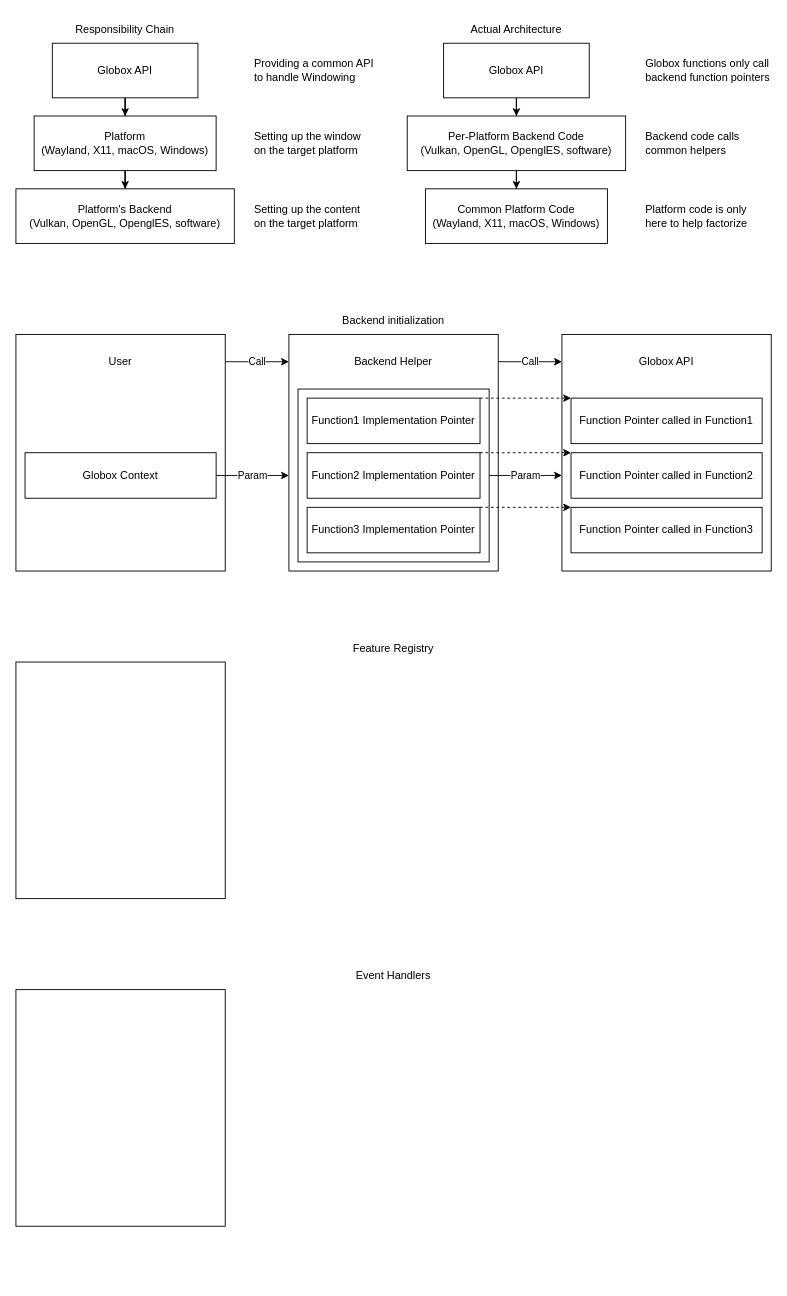
Earlier version of the draw.io diagram globox_design.drawio (nullgemm/globuf). Source tidied: cells renumbered, new cells numbered last; positions are measured from the earlier drawing's top-left corner, leaving out a move shared by most shapes. Both pictures are drawn from the tidied source at 91%, with x=0, y=0 at pixel (15, 15).
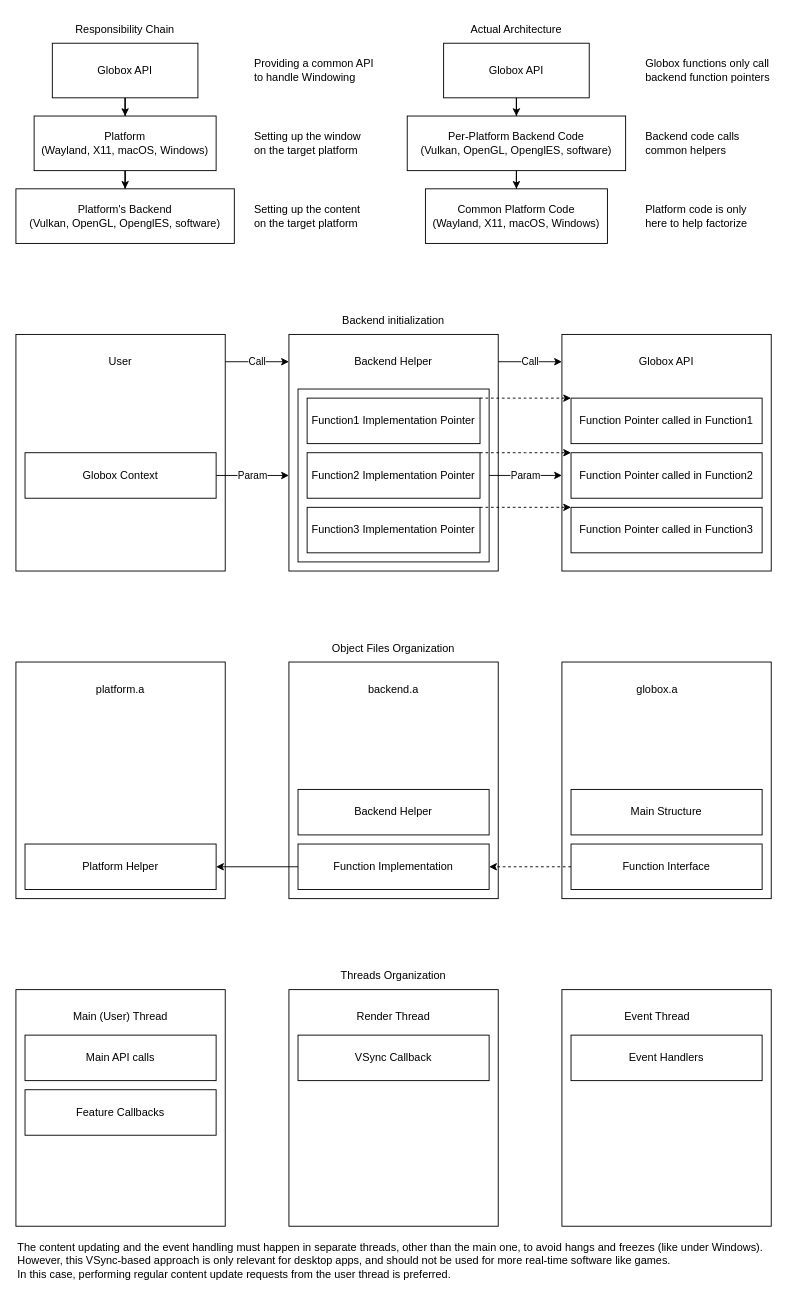
The same page after the edit.

What changed in the source:
```diff
@@
-    <mxCell id="42" value="Feature Registry" style="text;html=1;strokeColor=none;fillColor=none;align=center;verticalAlign=middle;whiteSpace=wrap;rounded=0;" parent="1" vertex="1">
+    <mxCell id="42" value="Object Files Organization" style="text;html=1;strokeColor=none;fillColor=none;align=center;verticalAlign=middle;whiteSpace=wrap;rounded=0;" parent="1" vertex="1">
       <mxGeometry y="680" width="830" height="30" as="geometry" />
     </mxCell>
@@
+    <mxCell id="46" value="platform.a" style="text;html=1;strokeColor=none;fillColor=none;align=center;verticalAlign=middle;whiteSpace=wrap;rounded=0;" parent="1" vertex="1">
+      <mxGeometry x="10" y="720" width="210" height="40" as="geometry" />
+    </mxCell>
+    <mxCell id="47" style="rounded=0;whiteSpace=wrap;html=1;" parent="1" vertex="1">
+      <mxGeometry x="300" y="710" width="230" height="260" as="geometry" />
+    </mxCell>
+    <mxCell id="48" value="&lt;div&gt;backend.a&lt;/div&gt;" style="text;html=1;strokeColor=none;fillColor=none;align=center;verticalAlign=middle;whiteSpace=wrap;rounded=0;" parent="1" vertex="1">
+      <mxGeometry x="310" y="720" width="210" height="40" as="geometry" />
+    </mxCell>
+    <mxCell id="49" style="rounded=0;whiteSpace=wrap;html=1;" parent="1" vertex="1">
+      <mxGeometry x="600" y="710" width="230" height="260" as="geometry" />
+    </mxCell>
+    <mxCell id="50" value="globox.a" style="text;html=1;strokeColor=none;fillColor=none;align=center;verticalAlign=middle;whiteSpace=wrap;rounded=0;" parent="1" vertex="1">
+      <mxGeometry x="600" y="720" width="210" height="40" as="geometry" />
+    </mxCell>
+    <mxCell id="51" style="edgeStyle=orthogonalEdgeStyle;rounded=0;jettySize=auto;html=1;" parent="1" edge="1" source="52" target="53">
+      <mxGeometry relative="1" as="geometry" />
+    </mxCell>
+    <mxCell id="52" value="Function Implementation" style="rounded=0;whiteSpace=wrap;html=1;" parent="1" vertex="1">
+      <mxGeometry x="310" y="910" width="210" height="50" as="geometry" />
+    </mxCell>
+    <mxCell id="53" value="Platform Helper" style="rounded=0;whiteSpace=wrap;html=1;" parent="1" vertex="1">
+      <mxGeometry x="10" y="910" width="210" height="50" as="geometry" />
+    </mxCell>
+    <mxCell id="54" style="edgeStyle=orthogonalEdgeStyle;rounded=0;jettySize=auto;html=1;dashed=1;" parent="1" edge="1" source="55" target="52">
+      <mxGeometry relative="1" as="geometry" />
+    </mxCell>
+    <mxCell id="55" value="Function Interface" style="rounded=0;whiteSpace=wrap;html=1;" parent="1" vertex="1">
+      <mxGeometry x="610" y="910" width="210" height="50" as="geometry" />
+    </mxCell>
+    <mxCell id="56" value="Backend Helper" style="rounded=0;whiteSpace=wrap;html=1;" parent="1" vertex="1">
+      <mxGeometry x="310" y="850" width="210" height="50" as="geometry" />
+    </mxCell>
+    <mxCell id="57" value="Main Structure" style="rounded=0;whiteSpace=wrap;html=1;" parent="1" vertex="1">
+      <mxGeometry x="610" y="850" width="210" height="50" as="geometry" />
+    </mxCell>
+    <mxCell id="58" value="Threads Organization" style="text;html=1;strokeColor=none;fillColor=none;align=center;verticalAlign=middle;whiteSpace=wrap;rounded=0;" parent="1" vertex="1">
+      <mxGeometry y="1040" width="830" height="30" as="geometry" />
+    </mxCell>
+    <mxCell id="45" style="rounded=0;whiteSpace=wrap;html=1;" parent="1" vertex="1">
+      <mxGeometry y="1070" width="230" height="260" as="geometry" />
+    </mxCell>
+    <mxCell id="59" value="Main (User) Thread" style="text;html=1;strokeColor=none;fillColor=none;align=center;verticalAlign=middle;whiteSpace=wrap;rounded=0;" parent="1" vertex="1">
+      <mxGeometry x="10" y="1080" width="210" height="40" as="geometry" />
+    </mxCell>
+    <mxCell id="60" style="rounded=0;whiteSpace=wrap;html=1;" parent="1" vertex="1">
+      <mxGeometry x="300" y="1070" width="230" height="260" as="geometry" />
+    </mxCell>
+    <mxCell id="61" value="Render Thread" style="text;html=1;strokeColor=none;fillColor=none;align=center;verticalAlign=middle;whiteSpace=wrap;rounded=0;" parent="1" vertex="1">
+      <mxGeometry x="310" y="1080" width="210" height="40" as="geometry" />
+    </mxCell>
+    <mxCell id="62" style="rounded=0;whiteSpace=wrap;html=1;" parent="1" vertex="1">
+      <mxGeometry x="600" y="1070" width="230" height="260" as="geometry" />
+    </mxCell>
+    <mxCell id="63" value="Event Thread" style="text;html=1;strokeColor=none;fillColor=none;align=center;verticalAlign=middle;whiteSpace=wrap;rounded=0;" parent="1" vertex="1">
+      <mxGeometry x="600" y="1080" width="210" height="40" as="geometry" />
+    </mxCell>
+    <mxCell id="64" value="Feature Callbacks" style="rounded=0;whiteSpace=wrap;html=1;" parent="1" vertex="1">
+      <mxGeometry x="10" y="1180" width="210" height="50" as="geometry" />
+    </mxCell>
+    <mxCell id="65" value="VSync Callback" style="rounded=0;whiteSpace=wrap;html=1;" parent="1" vertex="1">
+      <mxGeometry x="310" y="1120" width="210" height="50" as="geometry" />
+    </mxCell>
-    <mxCell id="44" value="Event Handlers" style="text;html=1;strokeColor=none;fillColor=none;align=center;verticalAlign=middle;whiteSpace=wrap;rounded=0;" parent="1" vertex="1">
-      <mxGeometry y="1040" width="830" height="30" as="geometry" />
+    <mxCell id="44" value="Event Handlers" style="rounded=0;whiteSpace=wrap;html=1;" parent="1" vertex="1">
+      <mxGeometry x="610" y="1120" width="210" height="50" as="geometry" />
     </mxCell>
-    <mxCell id="45" style="rounded=0;whiteSpace=wrap;html=1;" parent="1" vertex="1">
-      <mxGeometry y="1070" width="230" height="260" as="geometry" />
-    </mxCell>
+    <mxCell id="66" value="Main API calls" style="rounded=0;whiteSpace=wrap;html=1;" parent="1" vertex="1">
+      <mxGeometry x="10" y="1120" width="210" height="50" as="geometry" />
+    </mxCell>
+    <mxCell id="67" value="&lt;div&gt;The content updating and the event handling must happen in separate threads, other than the main one, to avoid hangs and freezes (like under Windows).&lt;/div&gt;&lt;div&gt;However, this VSync-based approach is only relevant for desktop apps, and should not be used for more real-time software like games.&lt;/div&gt;&lt;div&gt;In this case, performing regular content update requests from the user thread is preferred.&lt;br&gt;&lt;/div&gt;" style="text;html=1;strokeColor=none;fillColor=none;align=left;verticalAlign=top;whiteSpace=wrap;rounded=0;" parent="1" vertex="1">
+      <mxGeometry y="1340" width="830" height="50" as="geometry" />
+    </mxCell>
```
